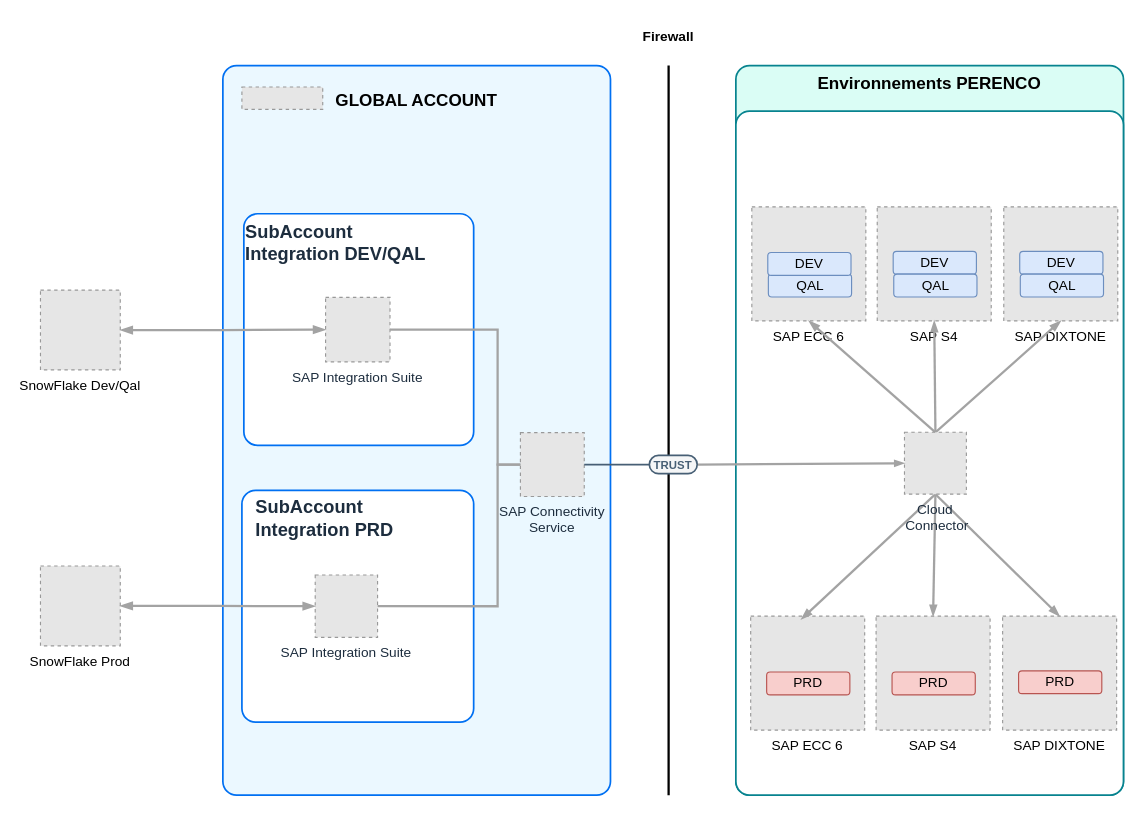
This is TEMPLATE.drawio from MikaPaP/BTP_ArchiIS, a draw.io file, before an edit. Source tidied: cells renumbered, new cells numbered last; positions are measured from the earlier drawing's top-left corner, leaving out a move shared by most shapes. Both pictures are drawn from the tidied source at 114%, with x=0, y=0 at pixel (40, 19). Pictures stored in the file or linked from it are replaced by grey dashed boxes.
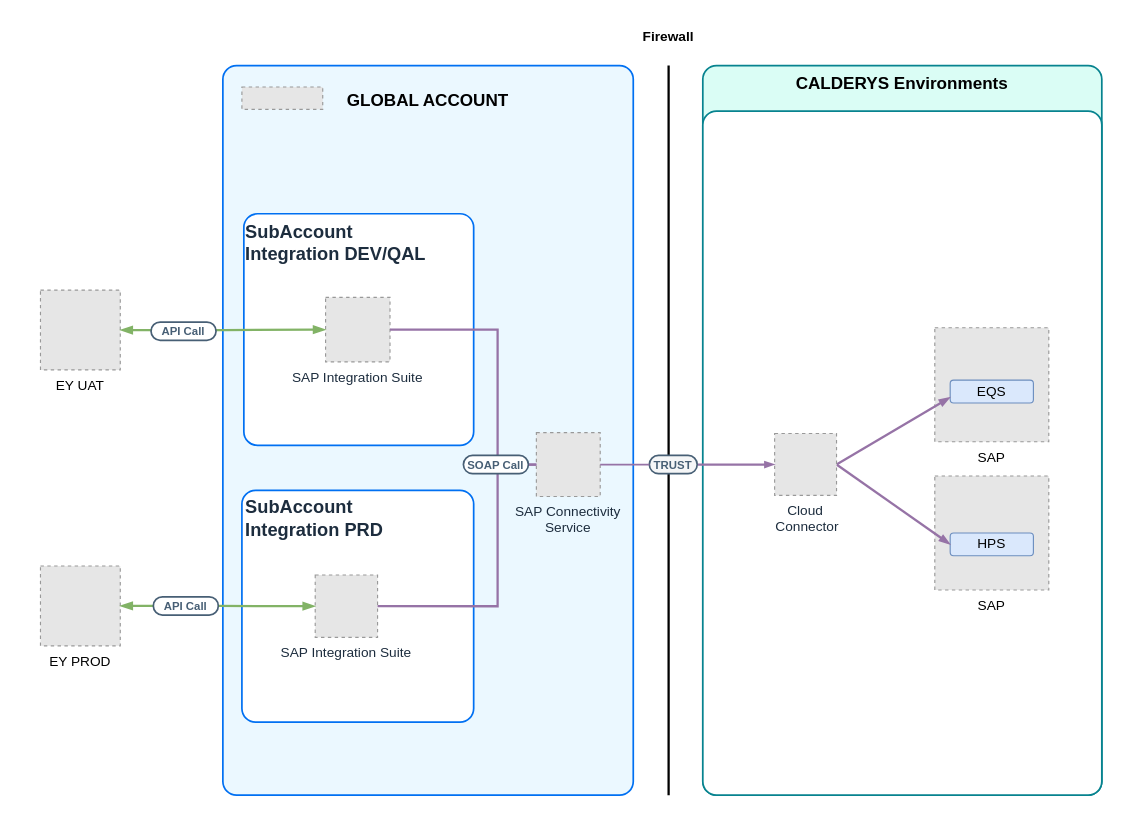
After the change.

Unchanged cells that the change refers to:
```xml
<mxCell id="14" style="group;arcSize=24;" parent="1" vertex="1">
  <mxGeometry x="160" y="40" width="543" height="640" as="geometry" />
</mxCell>
<mxCell id="20" value="SAP Integration Suite" style="fillColor=#E6E6E6;strokeColor=#999999;dashed=1;verticalLabelPosition=bottom;verticalAlign=top;fontStyle=0;fontSize=12;fontColor=#1D2D3E;" parent="14" vertex="1">
  <mxGeometry x="81" y="446.9" width="54.7" height="54.7" as="geometry" />
</mxCell>
<mxCell id="21" value="SAP Integration Suite" style="fillColor=#E6E6E6;strokeColor=#999999;dashed=1;verticalLabelPosition=bottom;verticalAlign=top;fontStyle=0;fontSize=12;fontColor=#1D2D3E;" parent="14" vertex="1">
  <mxGeometry x="90.1" y="203.4" width="56.5" height="56.5" as="geometry" />
</mxCell>
<mxCell id="25" value="&lt;p style=&quot;line-height: 114%;&quot;&gt;&lt;font color=&quot;#475f75&quot; size=&quot;1&quot;&gt;&lt;b style=&quot;&quot;&gt;TRUST&lt;/b&gt;&lt;/font&gt;&lt;/p&gt;" style="rounded=1;whiteSpace=wrap;html=1;arcSize=50;strokeColor=#475f75;fillColor=#f5f6f7;fontColor=#266f3a;strokeWidth=1.5;" parent="14" vertex="1">
  <mxGeometry x="374.1" y="342" width="42" height="16" as="geometry" />
</mxCell>
```

The edit, as a diff of the source:
```diff
@@
-    <mxCell id="2" value="Environnements PERENCO" style="rounded=1;whiteSpace=wrap;html=1;strokeColor=#07838f;fillColor=#dafdf5;arcSize=24;absoluteArcSize=1;imageWidth=64;imageHeight=64;strokeWidth=1.5;verticalAlign=top;fontSize=15;fontStyle=1;" parent="1" vertex="1">
-      <mxGeometry x="610" y="40" width="340" height="640" as="geometry" />
+    <mxCell id="2" value="CALDERYS Environments" style="rounded=1;whiteSpace=wrap;html=1;strokeColor=#07838f;fillColor=#dafdf5;arcSize=24;absoluteArcSize=1;imageWidth=64;imageHeight=64;strokeWidth=1.5;verticalAlign=top;fontSize=15;fontStyle=1;" parent="1" vertex="1">
+      <mxGeometry x="581" y="40" width="350" height="640" as="geometry" />
     </mxCell>
     <mxCell id="3" style="rounded=1;whiteSpace=wrap;html=1;strokeColor=#07838f;fillColor=#FFFFFF;arcSize=24;absoluteArcSize=1;imageWidth=64;imageHeight=64;strokeWidth=1.5;" parent="1" vertex="1">
-      <mxGeometry x="610" y="80" width="340" height="600" as="geometry" />
+      <mxGeometry x="581" y="80" width="350" height="600" as="geometry" />
     </mxCell>
-    <mxCell id="4" value="SAP ECC 6" style="fillColor=#E6E6E6;strokeColor=#999999;dashed=1;verticalLabelPosition=bottom;verticalAlign=top;" parent="1" vertex="1">
-      <mxGeometry x="624" y="164" width="100" height="100" as="geometry" />
-    </mxCell>
-    <mxCell id="5" value="SnowFlake Dev/Qal" style="fillColor=#E6E6E6;strokeColor=#999999;dashed=1;verticalLabelPosition=bottom;verticalAlign=top;" parent="1" vertex="1">
+    <mxCell id="5" value="EY UAT" style="fillColor=#E6E6E6;strokeColor=#999999;dashed=1;verticalLabelPosition=bottom;verticalAlign=top;" parent="1" vertex="1">
       <mxGeometry y="237" width="70" height="70" as="geometry" />
     </mxCell>
-    <mxCell id="6" value="SnowFlake Prod" style="fillColor=#E6E6E6;strokeColor=#999999;dashed=1;verticalLabelPosition=bottom;verticalAlign=top;" parent="1" vertex="1">
+    <mxCell id="6" value="EY PROD" style="fillColor=#E6E6E6;strokeColor=#999999;dashed=1;verticalLabelPosition=bottom;verticalAlign=top;" parent="1" vertex="1">
       <mxGeometry y="479" width="70" height="70" as="geometry" />
     </mxCell>
-    <mxCell id="7" value="QAL" style="rounded=1;whiteSpace=wrap;html=1;fillColor=#dae8fc;strokeColor=#6c8ebf;" parent="1" vertex="1">
-      <mxGeometry x="638.5" y="223" width="73" height="20" as="geometry" />
-    </mxCell>
-    <mxCell id="8" value="SAP S4" style="fillColor=#E6E6E6;strokeColor=#999999;dashed=1;verticalLabelPosition=bottom;verticalAlign=top;" parent="1" vertex="1">
-      <mxGeometry x="734" y="164" width="100" height="100" as="geometry" />
+    <mxCell id="8" value="SAP" style="fillColor=#E6E6E6;strokeColor=#999999;dashed=1;verticalLabelPosition=bottom;verticalAlign=top;" parent="1" vertex="1">
+      <mxGeometry x="784.5" y="270" width="100" height="100" as="geometry" />
     </mxCell>
-    <mxCell id="9" value="DEV" style="rounded=1;whiteSpace=wrap;html=1;fillColor=#dae8fc;strokeColor=#6c8ebf;" parent="1" vertex="1">
-      <mxGeometry x="748" y="203" width="73" height="20" as="geometry" />
-    </mxCell>
-    <mxCell id="10" value="QAL" style="rounded=1;whiteSpace=wrap;html=1;fillColor=#dae8fc;strokeColor=#6c8ebf;" parent="1" vertex="1">
-      <mxGeometry x="748.5" y="223" width="73" height="20" as="geometry" />
+    <mxCell id="10" value="EQS" style="rounded=1;whiteSpace=wrap;html=1;fillColor=#dae8fc;strokeColor=#6c8ebf;" parent="1" vertex="1">
+      <mxGeometry x="798" y="316" width="73" height="20" as="geometry" />
     </mxCell>
-    <mxCell id="11" value="SAP DIXTONE" style="fillColor=#E6E6E6;strokeColor=#999999;dashed=1;verticalLabelPosition=bottom;verticalAlign=top;" parent="1" vertex="1">
-      <mxGeometry x="845" y="164" width="100" height="100" as="geometry" />
+    <mxCell id="11" value="SAP" style="fillColor=#E6E6E6;strokeColor=#999999;dashed=1;verticalLabelPosition=bottom;verticalAlign=top;" parent="1" vertex="1">
+      <mxGeometry x="784.5" y="400" width="100" height="100" as="geometry" />
     </mxCell>
-    <mxCell id="12" value="DEV" style="rounded=1;whiteSpace=wrap;html=1;fillColor=#dae8fc;strokeColor=#6c8ebf;" parent="1" vertex="1">
-      <mxGeometry x="859" y="203" width="73" height="20" as="geometry" />
+    <mxCell id="12" value="HPS" style="rounded=1;whiteSpace=wrap;html=1;fillColor=#dae8fc;strokeColor=#6c8ebf;" parent="1" vertex="1">
+      <mxGeometry x="798" y="450" width="73" height="20" as="geometry" />
     </mxCell>
-    <mxCell id="13" value="QAL" style="rounded=1;whiteSpace=wrap;html=1;fillColor=#dae8fc;strokeColor=#6c8ebf;" parent="1" vertex="1">
-      <mxGeometry x="859.5" y="223" width="73" height="20" as="geometry" />
-    </mxCell>
@@
     <mxCell id="15" value="&lt;p style=&quot;line-height: 100%; font-size: 15px;&quot;&gt;&lt;/p&gt;&lt;h1 style=&quot;font-size: 15px;&quot;&gt;&lt;b style=&quot;font-size: 15px;&quot;&gt;GLOBAL ACCOUNT&lt;/b&gt;&lt;/h1&gt;&lt;p style=&quot;font-size: 15px;&quot;&gt;&lt;/p&gt;" style="rounded=1;whiteSpace=wrap;html=1;strokeColor=#0070F2;fillColor=#EBF8FF;arcSize=24;absoluteArcSize=1;imageWidth=64;imageHeight=64;strokeWidth=1.5;verticalAlign=top;fontSize=15;" parent="14" vertex="1">
-      <mxGeometry width="340" height="640" as="geometry" />
+      <mxGeometry width="360" height="640" as="geometry" />
     </mxCell>
@@
     <mxCell id="18" value="&lt;font face=&quot;arial&quot; style=&quot;font-size: 16px;&quot;&gt;&lt;b style=&quot;font-size: 16px;&quot;&gt;SubAccount&lt;/b&gt;&lt;/font&gt;&lt;div&gt;&lt;font face=&quot;arial&quot; style=&quot;font-size: 16px;&quot;&gt;&lt;b style=&quot;font-size: 16px;&quot;&gt;Integration PRD&lt;/b&gt;&lt;/font&gt;&lt;/div&gt;" style="text;html=1;align=left;verticalAlign=middle;strokeColor=none;fillColor=none;fontSize=12;fontColor=#1d2d3e;fontFamily=Helvetica;" parent="14" vertex="1">
-      <mxGeometry x="27" y="372.1" width="140" height="50" as="geometry" />
+      <mxGeometry x="18" y="372.1" width="140" height="50" as="geometry" />
     </mxCell>
@@
-    <mxCell id="22" value="DEV" style="rounded=1;whiteSpace=wrap;html=1;fillColor=#dae8fc;strokeColor=#6c8ebf;" parent="14" vertex="1">
-      <mxGeometry x="478" y="164" width="73" height="20" as="geometry" />
-    </mxCell>
     <mxCell id="23" value="SAP Connectivity&#10;Service" style="fillColor=#E6E6E6;strokeColor=#999999;dashed=1;verticalLabelPosition=bottom;verticalAlign=top;fontStyle=0;fontSize=12;fontColor=#1D2D3E;" parent="14" vertex="1">
-      <mxGeometry x="261" y="322" width="56" height="56" as="geometry" />
+      <mxGeometry x="275" y="322" width="56" height="56" as="geometry" />
     </mxCell>
@@
-    <mxCell id="26" style="endArrow=none;html=1;rounded=0;entryX=0;entryY=0.5;entryDx=0;entryDy=0;strokeColor=#475f75;strokeWidth=1.5;exitX=1;exitY=0.5;exitDx=0;exitDy=0;exitPerimeter=0;" parent="14" edge="1" source="23" target="25">
+    <mxCell id="26" style="endArrow=none;html=1;rounded=0;entryX=0;entryY=0.5;entryDx=0;entryDy=0;strokeColor=#9673a6;strokeWidth=1.5;exitX=1;exitY=0.5;exitDx=0;exitDy=0;exitPerimeter=0;fillColor=#e1d5e7;" parent="14" edge="1" source="23" target="25">
       <mxGeometry relative="1" as="geometry" />
     </mxCell>
-    <mxCell id="27" style="edgeStyle=orthogonalEdgeStyle;rounded=0;jettySize=auto;html=1;exitX=1;exitY=0.5;exitDx=0;exitDy=0;exitPerimeter=0;entryX=0;entryY=0.5;entryDx=0;entryDy=0;entryPerimeter=0;strokeColor=#A3A3A3;strokeWidth=2;endArrow=none;endFill=0;" parent="14" edge="1" source="21" target="23">
+    <mxCell id="27" style="edgeStyle=orthogonalEdgeStyle;rounded=0;jettySize=auto;html=1;exitX=1;exitY=0.5;exitDx=0;exitDy=0;exitPerimeter=0;entryX=0;entryY=0.5;entryDx=0;entryDy=0;entryPerimeter=0;strokeColor=#9673a6;strokeWidth=2;endArrow=none;endFill=0;fillColor=#e1d5e7;" parent="14" edge="1" source="21" target="23">
       <mxGeometry relative="1" as="geometry">
         <Array as="points">
           <mxPoint x="241" y="232" />
           <mxPoint x="241" y="350" />
         </Array>
       </mxGeometry>
     </mxCell>
-    <mxCell id="28" style="edgeStyle=orthogonalEdgeStyle;rounded=0;jettySize=auto;html=1;exitX=1;exitY=0.5;exitDx=0;exitDy=0;exitPerimeter=0;entryX=0;entryY=0.5;entryDx=0;entryDy=0;entryPerimeter=0;strokeColor=#A3A3A3;strokeWidth=2;endArrow=none;endFill=0;" parent="14" edge="1" source="20" target="23">
+    <mxCell id="28" style="edgeStyle=orthogonalEdgeStyle;rounded=0;jettySize=auto;html=1;exitX=1;exitY=0.5;exitDx=0;exitDy=0;exitPerimeter=0;entryX=0;entryY=0.5;entryDx=0;entryDy=0;entryPerimeter=0;strokeColor=#9673a6;strokeWidth=2;endArrow=none;endFill=0;fillColor=#e1d5e7;" parent="14" edge="1" source="20" target="23">
       <mxGeometry relative="1" as="geometry">
         <Array as="points">
           <mxPoint x="241" y="474" />
           <mxPoint x="241" y="350" />
         </Array>
       </mxGeometry>
     </mxCell>
-    <mxCell id="29" value="SAP ECC 6" style="fillColor=#E6E6E6;strokeColor=#999999;dashed=1;verticalLabelPosition=bottom;verticalAlign=top;" parent="1" vertex="1">
-      <mxGeometry x="623" y="523" width="100" height="100" as="geometry" />
-    </mxCell>
-    <mxCell id="30" value="SAP S4" style="fillColor=#E6E6E6;strokeColor=#999999;dashed=1;verticalLabelPosition=bottom;verticalAlign=top;" parent="1" vertex="1">
-      <mxGeometry x="733" y="523" width="100" height="100" as="geometry" />
-    </mxCell>
-    <mxCell id="31" value="PRD" style="rounded=1;whiteSpace=wrap;html=1;fillColor=#f8cecc;strokeColor=#b85450;" parent="1" vertex="1">
-      <mxGeometry x="747" y="572" width="73" height="20" as="geometry" />
-    </mxCell>
-    <mxCell id="32" value="SAP DIXTONE" style="fillColor=#E6E6E6;strokeColor=#999999;dashed=1;verticalLabelPosition=bottom;verticalAlign=top;" parent="1" vertex="1">
-      <mxGeometry x="844" y="523" width="100" height="100" as="geometry" />
-    </mxCell>
-    <mxCell id="33" value="PRD" style="rounded=1;whiteSpace=wrap;html=1;fillColor=#f8cecc;strokeColor=#b85450;" parent="1" vertex="1">
-      <mxGeometry x="858" y="571" width="73" height="20" as="geometry" />
-    </mxCell>
-    <mxCell id="34" value="PRD" style="rounded=1;whiteSpace=wrap;html=1;fillColor=#f8cecc;strokeColor=#b85450;" parent="1" vertex="1">
-      <mxGeometry x="637" y="572" width="73" height="20" as="geometry" />
-    </mxCell>
+    <mxCell id="46" value="&lt;font color=&quot;#475f75&quot; size=&quot;1&quot;&gt;&lt;b style=&quot;&quot;&gt;SOAP Call&lt;/b&gt;&lt;/font&gt;" style="rounded=1;whiteSpace=wrap;html=1;arcSize=50;strokeColor=#475f75;fillColor=default;strokeWidth=1.5;" parent="14" vertex="1">
+      <mxGeometry x="211" y="342" width="57" height="16" as="geometry" />
+    </mxCell>
-    <mxCell id="35" style="edgeStyle=none;rounded=0;jettySize=auto;html=1;fontColor=#BFBFBF;fontSize=13;strokeColor=#A3A3A3;endSize=5;strokeWidth=2;endArrow=blockThin;endFill=1;exitX=0.5;exitY=0;exitDx=0;exitDy=0;entryX=0.5;entryY=1;entryDx=0;entryDy=0;" parent="1" edge="1" source="42" target="8">
+    <mxCell id="35" style="edgeStyle=none;rounded=0;jettySize=auto;html=1;fontColor=#BFBFBF;fontSize=13;strokeColor=#9673a6;endSize=5;strokeWidth=2;endArrow=blockThin;endFill=1;exitX=1;exitY=0.5;exitDx=0;exitDy=0;entryX=0;entryY=0.75;entryDx=0;entryDy=0;flowAnimation=0;fillColor=#e1d5e7;" parent="1" edge="1" source="42" target="10">
       <mxGeometry relative="1" as="geometry" />
     </mxCell>
-    <mxCell id="36" style="edgeStyle=none;rounded=0;jettySize=auto;html=1;fontColor=#BFBFBF;fontSize=13;strokeColor=#A3A3A3;endSize=5;strokeWidth=2;endArrow=blockThin;endFill=1;exitX=0.5;exitY=0;exitDx=0;exitDy=0;entryX=0.5;entryY=1;entryDx=0;entryDy=0;" parent="1" edge="1" source="42" target="11">
+    <mxCell id="36" style="edgeStyle=none;rounded=0;jettySize=auto;html=1;fontColor=#BFBFBF;fontSize=13;strokeColor=#9673a6;endSize=5;strokeWidth=2;endArrow=blockThin;endFill=1;exitX=1;exitY=0.5;exitDx=0;exitDy=0;entryX=0;entryY=0.5;entryDx=0;entryDy=0;flowAnimation=0;fillColor=#e1d5e7;" parent="1" edge="1" source="42" target="12">
       <mxGeometry relative="1" as="geometry" />
     </mxCell>
-    <mxCell id="37" style="edgeStyle=none;rounded=0;jettySize=auto;html=1;fontColor=#BFBFBF;fontSize=13;strokeColor=#A3A3A3;endSize=5;strokeWidth=2;endArrow=blockThin;endFill=1;entryX=0.5;entryY=1;entryDx=0;entryDy=0;exitX=0.5;exitY=0;exitDx=0;exitDy=0;" parent="1" edge="1" source="42" target="4">
-      <mxGeometry relative="1" as="geometry" />
-    </mxCell>
-    <mxCell id="38" style="edgeStyle=none;rounded=0;jettySize=auto;html=1;fontColor=#BFBFBF;fontSize=13;strokeColor=#A3A3A3;endSize=5;strokeWidth=2;endArrow=blockThin;endFill=1;entryX=0.443;entryY=0.028;entryDx=0;entryDy=0;exitX=0.5;exitY=1;exitDx=0;exitDy=0;entryPerimeter=0;" parent="1" edge="1" source="42" target="29">
-      <mxGeometry relative="1" as="geometry" />
-    </mxCell>
-    <mxCell id="39" style="edgeStyle=none;rounded=0;jettySize=auto;html=1;fontColor=#BFBFBF;fontSize=13;strokeColor=#A3A3A3;endSize=5;strokeWidth=2;endArrow=blockThin;endFill=1;entryX=0.5;entryY=0;entryDx=0;entryDy=0;exitX=0.5;exitY=1;exitDx=0;exitDy=0;" parent="1" edge="1" source="42" target="30">
-      <mxGeometry relative="1" as="geometry" />
-    </mxCell>
-    <mxCell id="40" style="edgeStyle=none;rounded=0;jettySize=auto;html=1;fontColor=#BFBFBF;fontSize=13;strokeColor=#A3A3A3;endSize=5;strokeWidth=2;endArrow=blockThin;endFill=1;entryX=0.5;entryY=0;entryDx=0;entryDy=0;exitX=0.5;exitY=1;exitDx=0;exitDy=0;" parent="1" edge="1" source="42" target="32">
-      <mxGeometry relative="1" as="geometry" />
-    </mxCell>
@@
     <mxCell id="42" value="Cloud&#10; Connector" style="fillColor=#E6E6E6;strokeColor=#999999;dashed=1;verticalLabelPosition=bottom;verticalAlign=top;fontStyle=0;fontSize=12;fontColor=#1D2D3E;" parent="1" vertex="1">
-      <mxGeometry x="757.9" y="361.7" width="54.3" height="54.3" as="geometry" />
+      <mxGeometry x="644" y="362.8" width="54.3" height="54.3" as="geometry" />
     </mxCell>
-    <mxCell id="43" style="endArrow=blockThin;html=1;rounded=0;strokeColor=#A3A3A3;strokeWidth=2;exitX=1.015;exitY=0.505;exitDx=0;exitDy=0;exitPerimeter=0;endFill=1;endSize=4;startSize=4;entryX=0;entryY=0.5;entryDx=0;entryDy=0;" parent="1" edge="1" source="25" target="42">
+    <mxCell id="43" style="endArrow=blockThin;html=1;rounded=0;strokeColor=#9673a6;strokeWidth=2;exitX=1.015;exitY=0.505;exitDx=0;exitDy=0;exitPerimeter=0;endFill=1;endSize=4;startSize=4;entryX=0;entryY=0.5;entryDx=0;entryDy=0;fillColor=#e1d5e7;" parent="1" edge="1" source="25" target="42">
       <mxGeometry relative="1" as="geometry" />
     </mxCell>
-    <mxCell id="44" style="edgeStyle=orthogonalEdgeStyle;rounded=0;jettySize=auto;html=1;exitX=1;exitY=0.5;exitDx=0;exitDy=0;entryX=0;entryY=0.5;entryDx=0;entryDy=0;entryPerimeter=0;strokeWidth=2;endArrow=blockThin;endFill=1;strokeColor=#A3A3A3;startArrow=blockThin;startFill=1;" parent="1" edge="1" source="5" target="21">
+    <mxCell id="44" style="edgeStyle=orthogonalEdgeStyle;rounded=0;jettySize=auto;html=1;exitX=1;exitY=0.5;exitDx=0;exitDy=0;entryX=0;entryY=0.5;entryDx=0;entryDy=0;entryPerimeter=0;strokeWidth=2;endArrow=blockThin;endFill=1;strokeColor=#82b366;startArrow=blockThin;startFill=1;fillColor=#d5e8d4;" parent="1" edge="1" source="5" target="21">
       <mxGeometry relative="1" as="geometry" />
     </mxCell>
-    <mxCell id="45" style="edgeStyle=orthogonalEdgeStyle;rounded=0;jettySize=auto;html=1;exitX=1;exitY=0.5;exitDx=0;exitDy=0;entryX=0;entryY=0.5;entryDx=0;entryDy=0;entryPerimeter=0;strokeWidth=2;strokeColor=#A3A3A3;endArrow=blockThin;endFill=1;startArrow=blockThin;startFill=1;" parent="1" edge="1" source="6" target="20">
+    <mxCell id="45" style="edgeStyle=orthogonalEdgeStyle;rounded=0;jettySize=auto;html=1;exitX=1;exitY=0.5;exitDx=0;exitDy=0;entryX=0;entryY=0.5;entryDx=0;entryDy=0;entryPerimeter=0;strokeWidth=2;strokeColor=#82b366;endArrow=blockThin;endFill=1;startArrow=blockThin;startFill=1;fillColor=#d5e8d4;" parent="1" edge="1" source="6" target="20">
       <mxGeometry relative="1" as="geometry" />
     </mxCell>
+    <mxCell id="47" value="&lt;font color=&quot;#475f75&quot; size=&quot;1&quot;&gt;&lt;b style=&quot;&quot;&gt;API Call&lt;/b&gt;&lt;/font&gt;" style="rounded=1;whiteSpace=wrap;html=1;arcSize=50;strokeColor=#475f75;fillColor=default;strokeWidth=1.5;" parent="1" vertex="1">
+      <mxGeometry x="97" y="265" width="57" height="16" as="geometry" />
+    </mxCell>
+    <mxCell id="48" value="&lt;font color=&quot;#475f75&quot; size=&quot;1&quot;&gt;&lt;b style=&quot;&quot;&gt;API Call&lt;/b&gt;&lt;/font&gt;" style="rounded=1;whiteSpace=wrap;html=1;arcSize=50;strokeColor=#475f75;fillColor=default;strokeWidth=1.5;" parent="1" vertex="1">
+      <mxGeometry x="99" y="506" width="57" height="16" as="geometry" />
+    </mxCell>
```
